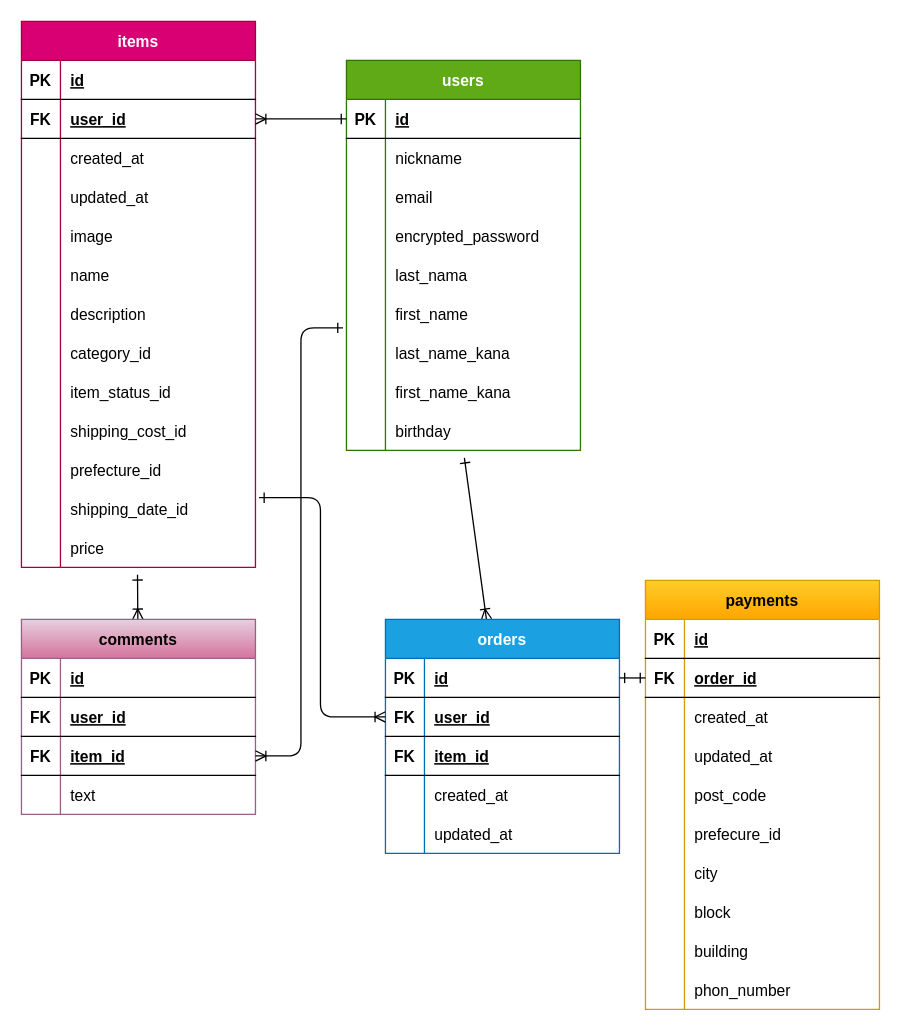
This is README.dio from MIZUKI-TAKAHASHI0127/furima-39216, a draw.io file, before an edit. Source tidied: cells renumbered, new cells numbered last; positions are measured from the earlier drawing's top-left corner, leaving out a move shared by most shapes. Both pictures are drawn from the tidied source at 130%, with x=0, y=0 at pixel (21, 21).
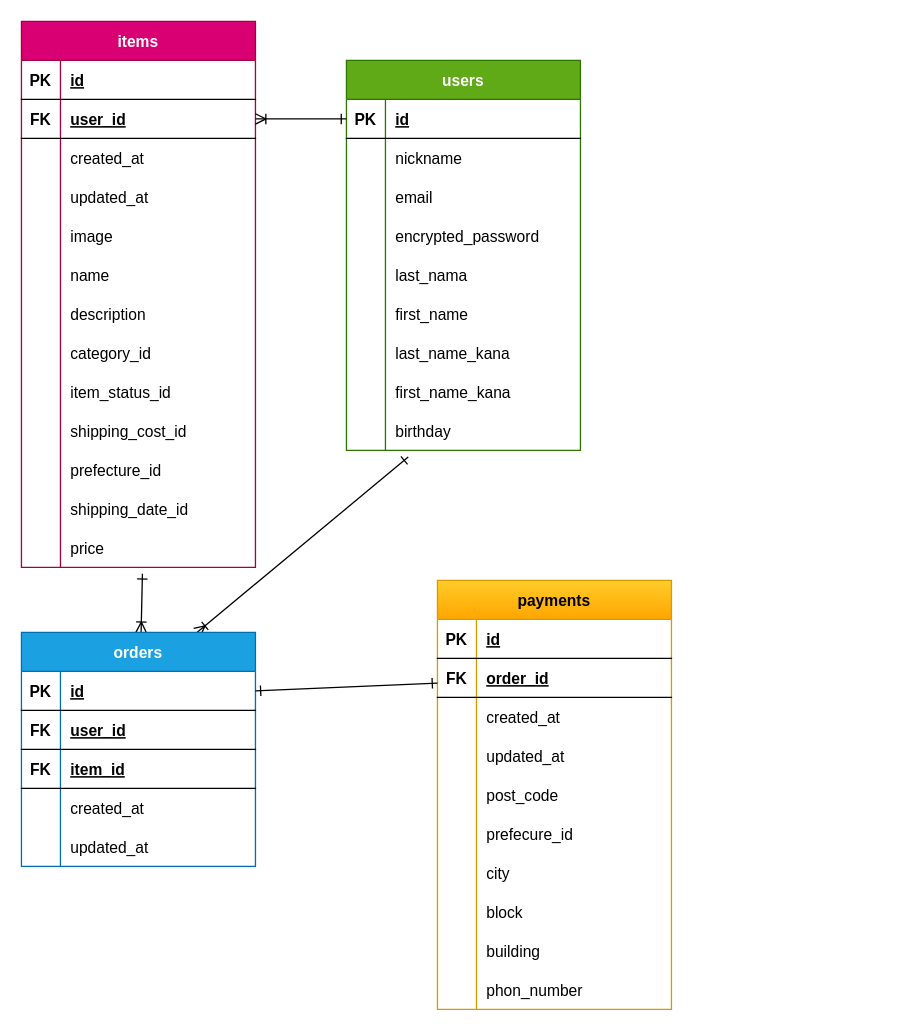
After the change.

Unchanged cells that the change refers to:
```xml
<mxCell id="18" style="shape=tableRow;horizontal=0;startSize=0;swimlaneHead=0;swimlaneBody=0;fillColor=none;points=[[0,0.5],[1,0.5]];portConstraint=eastwest;top=0;left=0;right=0;bottom=0;" parent="2" vertex="1">
  <mxGeometry y="180" width="180" height="30" as="geometry" />
</mxCell>
<mxCell id="27" style="shape=tableRow;horizontal=0;startSize=0;swimlaneHead=0;swimlaneBody=0;fillColor=none;points=[[0,0.5],[1,0.5]];portConstraint=eastwest;top=0;left=0;right=0;bottom=0;" parent="2" vertex="1">
  <mxGeometry y="270" width="180" height="30" as="geometry" />
</mxCell>
<mxCell id="64" style="shape=tableRow;horizontal=0;startSize=0;swimlaneHead=0;swimlaneBody=0;fillColor=none;points=[[0,0.5],[1,0.5]];portConstraint=eastwest;top=0;left=0;right=0;bottom=0;" parent="30" vertex="1">
  <mxGeometry y="360" width="180" height="30" as="geometry" />
</mxCell>
<mxCell id="67" style="shape=tableRow;horizontal=0;startSize=0;swimlaneHead=0;swimlaneBody=0;fillColor=none;points=[[0,0.5],[1,0.5]];portConstraint=eastwest;top=0;left=0;right=0;bottom=0;" parent="30" vertex="1">
  <mxGeometry y="390" width="180" height="30" as="geometry" />
</mxCell>
<mxCell id="75" style="shape=tableRow;horizontal=0;startSize=0;swimlaneHead=0;swimlaneBody=0;fillColor=none;points=[[0,0.5],[1,0.5]];portConstraint=eastwest;top=0;left=0;right=0;bottom=1;labelBackgroundColor=none;" parent="71" vertex="1">
  <mxGeometry y="60" width="180" height="30" as="geometry" />
</mxCell>
```

What changed in the source:
```diff
@@
+    <mxCell id="136" style="html=1;entryX=0.517;entryY=1.163;entryDx=0;entryDy=0;entryPerimeter=0;startArrow=ERoneToMany;startFill=0;endArrow=ERone;endFill=0;" parent="1" edge="1" source="71" target="67">
+      <mxGeometry relative="1" as="geometry" />
+    </mxCell>
-    <mxCell id="70" style="edgeStyle=none;html=1;startArrow=ERoneToMany;startFill=0;endArrow=ERone;endFill=0;entryX=0.504;entryY=1.189;entryDx=0;entryDy=0;entryPerimeter=0;" parent="1" edge="1" source="71" target="27">
+    <mxCell id="70" style="edgeStyle=none;html=1;exitX=0.75;exitY=0;exitDx=0;exitDy=0;entryX=0.264;entryY=1.17;entryDx=0;entryDy=0;entryPerimeter=0;strokeWidth=1;startArrow=ERoneToMany;startFill=0;endArrow=ERone;endFill=0;" parent="1" edge="1" source="71" target="27">
       <mxGeometry relative="1" as="geometry" />
     </mxCell>
     <mxCell id="71" value="orders" style="shape=table;startSize=30;childLayout=tableLayout;rowLines=0;fontStyle=1;align=center;labelBackgroundColor=none;fillColor=#1ba1e2;fontColor=#ffffff;strokeColor=#006EAF;" parent="1" vertex="1">
-      <mxGeometry x="280" y="460" width="180" height="180" as="geometry" />
+      <mxGeometry y="470" width="180" height="180" as="geometry" />
     </mxCell>
@@
     <mxCell id="87" value="payments" style="shape=table;startSize=30;childLayout=tableLayout;rowLines=0;fontStyle=1;align=center;labelBackgroundColor=none;fillColor=#ffcd28;gradientColor=#ffa500;strokeColor=#d79b00;" parent="1" vertex="1">
-      <mxGeometry x="480" y="430" width="180" height="330" as="geometry" />
+      <mxGeometry x="320" y="430" width="180" height="330" as="geometry" />
     </mxCell>
@@
-    <mxCell id="118" style="html=1;entryX=0.496;entryY=1.189;entryDx=0;entryDy=0;entryPerimeter=0;startArrow=ERoneToMany;startFill=0;endArrow=ERone;endFill=0;" parent="1" edge="1" source="119" target="67">
-      <mxGeometry relative="1" as="geometry" />
-    </mxCell>
-    <mxCell id="119" value="comments" style="shape=table;startSize=30;childLayout=tableLayout;rowLines=0;fontStyle=1;align=center;labelBackgroundColor=none;fillColor=#e6d0de;gradientColor=#d5739d;strokeColor=#996185;" parent="1" vertex="1">
-      <mxGeometry y="460" width="180" height="150" as="geometry" />
-    </mxCell>
-    <mxCell id="120" style="shape=tableRow;horizontal=0;startSize=0;swimlaneHead=0;swimlaneBody=0;fillColor=none;top=0;left=0;right=0;bottom=1;labelBackgroundColor=none;" parent="119" vertex="1">
-      <mxGeometry y="30" width="180" height="30" as="geometry" />
-    </mxCell>
-    <mxCell id="121" value="PK" style="shape=partialRectangle;fillColor=none;top=0;left=0;bottom=0;right=0;fontStyle=1;overflow=hidden;labelBackgroundColor=none;" parent="120" vertex="1">
-      <mxGeometry width="30" height="30" as="geometry" />
-    </mxCell>
-    <mxCell id="122" value="id" style="shape=partialRectangle;fillColor=none;top=0;left=0;bottom=0;right=0;align=left;spacingLeft=6;fontStyle=5;overflow=hidden;labelBackgroundColor=none;" parent="120" vertex="1">
-      <mxGeometry x="30" width="150" height="30" as="geometry" />
-    </mxCell>
-    <mxCell id="123" style="shape=tableRow;horizontal=0;startSize=0;swimlaneHead=0;swimlaneBody=0;fillColor=none;top=0;left=0;right=0;bottom=1;labelBackgroundColor=none;" parent="119" vertex="1">
-      <mxGeometry y="60" width="180" height="30" as="geometry" />
-    </mxCell>
-    <mxCell id="124" value="FK" style="shape=partialRectangle;fillColor=none;top=0;left=0;bottom=0;right=0;fontStyle=1;overflow=hidden;labelBackgroundColor=none;" parent="123" vertex="1">
-      <mxGeometry width="30" height="30" as="geometry" />
-    </mxCell>
-    <mxCell id="125" value="user_id" style="shape=partialRectangle;fillColor=none;top=0;left=0;bottom=0;right=0;align=left;spacingLeft=6;fontStyle=5;overflow=hidden;labelBackgroundColor=none;" parent="123" vertex="1">
-      <mxGeometry x="30" width="150" height="30" as="geometry" />
-    </mxCell>
-    <mxCell id="126" style="shape=tableRow;horizontal=0;startSize=0;swimlaneHead=0;swimlaneBody=0;fillColor=none;points=[[0,0.5],[1,0.5]];portConstraint=eastwest;top=0;left=0;right=0;bottom=1;labelBackgroundColor=none;" parent="119" vertex="1">
-      <mxGeometry y="90" width="180" height="30" as="geometry" />
-    </mxCell>
-    <mxCell id="127" value="FK" style="shape=partialRectangle;fillColor=none;top=0;left=0;bottom=0;right=0;fontStyle=1;overflow=hidden;labelBackgroundColor=none;" parent="126" vertex="1">
-      <mxGeometry width="30" height="30" as="geometry" />
-    </mxCell>
-    <mxCell id="128" value="item_id" style="shape=partialRectangle;fillColor=none;top=0;left=0;bottom=0;right=0;align=left;spacingLeft=6;fontStyle=5;overflow=hidden;labelBackgroundColor=none;" parent="126" vertex="1">
-      <mxGeometry x="30" width="150" height="30" as="geometry" />
-    </mxCell>
-    <mxCell id="129" style="shape=tableRow;horizontal=0;startSize=0;swimlaneHead=0;swimlaneBody=0;fillColor=none;top=0;left=0;right=0;bottom=0;labelBackgroundColor=none;" parent="119" vertex="1">
-      <mxGeometry y="120" width="180" height="30" as="geometry" />
-    </mxCell>
-    <mxCell id="130" style="shape=partialRectangle;fillColor=none;top=0;left=0;bottom=0;right=0;overflow=hidden;labelBackgroundColor=none;" parent="129" vertex="1">
-      <mxGeometry width="30" height="30" as="geometry" />
-    </mxCell>
-    <mxCell id="131" value="text" style="shape=partialRectangle;fillColor=none;top=0;left=0;bottom=0;right=0;align=left;spacingLeft=6;overflow=hidden;labelBackgroundColor=none;" parent="129" vertex="1">
-      <mxGeometry x="30" width="150" height="30" as="geometry" />
-    </mxCell>
@@
-    <mxCell id="134" style="edgeStyle=orthogonalEdgeStyle;html=1;entryX=1.015;entryY=0.211;entryDx=0;entryDy=0;entryPerimeter=0;startArrow=ERoneToMany;startFill=0;endArrow=ERone;endFill=0;" parent="1" edge="1" source="75" target="64">
-      <mxGeometry relative="1" as="geometry" />
-    </mxCell>
-    <mxCell id="135" style="edgeStyle=orthogonalEdgeStyle;html=1;entryX=-0.015;entryY=0.856;entryDx=0;entryDy=0;entryPerimeter=0;startArrow=ERoneToMany;startFill=0;endArrow=ERone;endFill=0;" parent="1" edge="1" source="126" target="18">
-      <mxGeometry relative="1" as="geometry" />
-    </mxCell>
```
